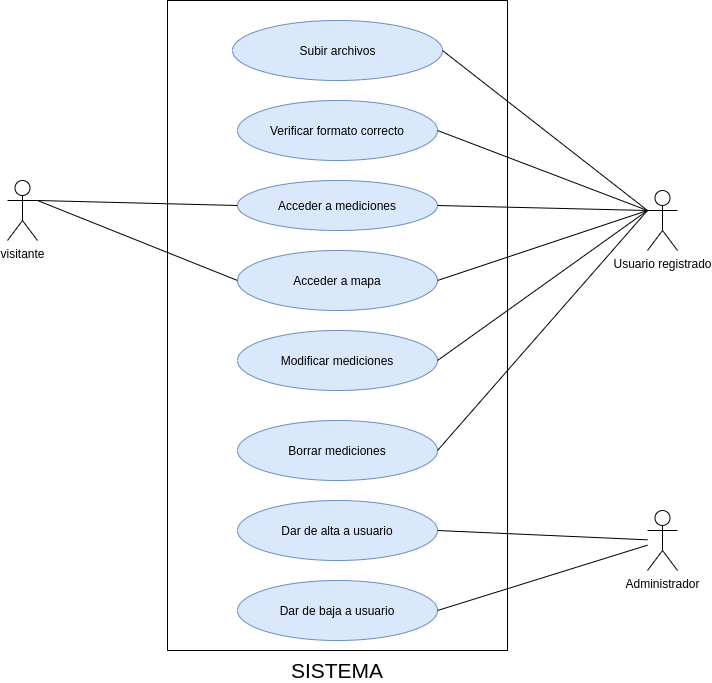
Earlier version of the draw.io export documentacion/fotos/Diagrama casos de uso.png (pcerezo/tfgApp). Source tidied: cells renumbered, new cells last; positions are measured from the earlier drawing's top-left corner, leaving out a move shared by most shapes.
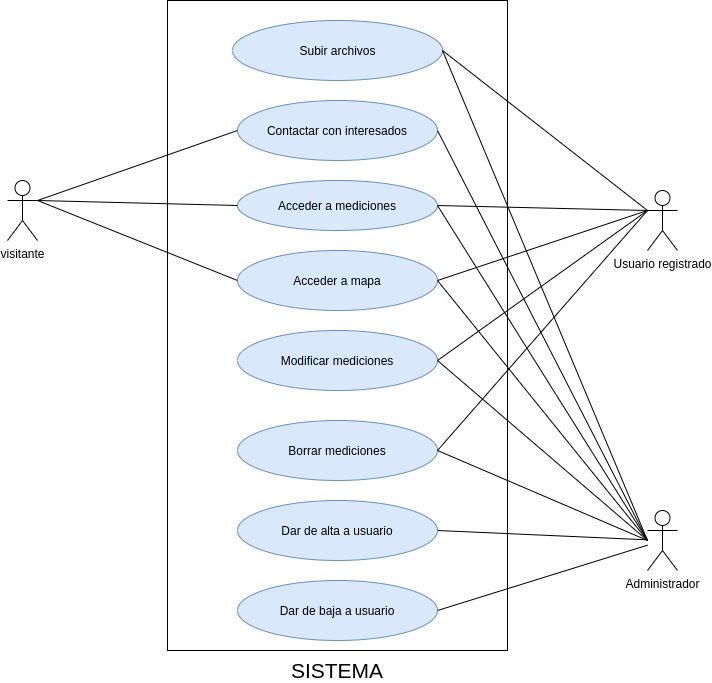
Above is the later version.

Diff of the diagram source:
```diff
@@ -20,7 +20,7 @@
     <mxCell id="7" value="Usuario registrado" style="shape=umlActor;verticalLabelPosition=bottom;verticalAlign=top;html=1;outlineConnect=0;" parent="1" vertex="1">
       <mxGeometry x="640" y="190" width="30" height="60" as="geometry" />
     </mxCell>
-    <mxCell id="8" value="Verificar formato correcto" style="ellipse;whiteSpace=wrap;html=1;fillColor=#dae8fc;strokeColor=#6c8ebf;" parent="1" vertex="1">
+    <mxCell id="8" value="Contactar con interesados" style="ellipse;whiteSpace=wrap;html=1;fillColor=#dae8fc;strokeColor=#6c8ebf;" parent="1" vertex="1">
       <mxGeometry x="230" y="100" width="200" height="60" as="geometry" />
     </mxCell>
     <mxCell id="9" value="Acceder a mediciones" style="ellipse;whiteSpace=wrap;html=1;fillColor=#dae8fc;strokeColor=#6c8ebf;" parent="1" vertex="1">
@@ -35,8 +35,10 @@
     <mxCell id="12" style="endArrow=none;html=1;entryX=0;entryY=0.5;entryDx=0;entryDy=0;exitX=1;exitY=0.3333333333333333;exitDx=0;exitDy=0;exitPerimeter=0;" parent="1" edge="1" source="3" target="9">
       <mxGeometry relative="1" as="geometry" />
     </mxCell>
-    <mxCell id="13" style="endArrow=none;html=1;exitX=1;exitY=0.5;exitDx=0;exitDy=0;entryX=0;entryY=0.3333333333333333;entryDx=0;entryDy=0;entryPerimeter=0;" parent="1" edge="1" source="8" target="7">
-      <mxGeometry relative="1" as="geometry" />
+    <mxCell id="13" style="endArrow=none;html=1;exitX=1;exitY=0.5;exitDx=0;exitDy=0;" parent="1" edge="1" source="8">
+      <mxGeometry relative="1" as="geometry">
+        <mxPoint x="640" y="540" as="targetPoint" />
+      </mxGeometry>
     </mxCell>
     <mxCell id="14" style="endArrow=none;html=1;exitX=1;exitY=0.5;exitDx=0;exitDy=0;entryX=0;entryY=0.3333333333333333;entryDx=0;entryDy=0;entryPerimeter=0;" parent="1" edge="1" source="9" target="7">
       <mxGeometry relative="1" as="geometry" />
@@ -74,5 +76,35 @@
     <mxCell id="25" style="endArrow=none;html=1;exitX=1;exitY=0.5;exitDx=0;exitDy=0;" parent="1" edge="1" source="24" target="22">
       <mxGeometry relative="1" as="geometry" />
     </mxCell>
+    <mxCell id="26" style="endArrow=none;html=1;entryX=1;entryY=0.5;entryDx=0;entryDy=0;" parent="1" edge="1" target="4">
+      <mxGeometry relative="1" as="geometry">
+        <mxPoint x="640" y="540" as="sourcePoint" />
+      </mxGeometry>
+    </mxCell>
+    <mxCell id="27" style="endArrow=none;html=1;entryX=1;entryY=0.5;entryDx=0;entryDy=0;" parent="1" edge="1" target="9">
+      <mxGeometry relative="1" as="geometry">
+        <mxPoint x="640" y="540" as="sourcePoint" />
+      </mxGeometry>
+    </mxCell>
+    <mxCell id="28" style="endArrow=none;html=1;entryX=1;entryY=0.5;entryDx=0;entryDy=0;" parent="1" edge="1" target="17">
+      <mxGeometry relative="1" as="geometry">
+        <mxPoint x="640" y="540" as="sourcePoint" />
+      </mxGeometry>
+    </mxCell>
+    <mxCell id="29" style="endArrow=none;html=1;entryX=1;entryY=0.5;entryDx=0;entryDy=0;" parent="1" edge="1" target="10">
+      <mxGeometry relative="1" as="geometry">
+        <mxPoint x="640" y="540" as="sourcePoint" />
+      </mxGeometry>
+    </mxCell>
+    <mxCell id="30" style="endArrow=none;html=1;entryX=1;entryY=0.5;entryDx=0;entryDy=0;" parent="1" edge="1" target="11">
+      <mxGeometry relative="1" as="geometry">
+        <mxPoint x="640" y="540" as="sourcePoint" />
+      </mxGeometry>
+    </mxCell>
+    <mxCell id="31" style="endArrow=none;html=1;entryX=0;entryY=0.5;entryDx=0;entryDy=0;" parent="1" edge="1" target="8">
+      <mxGeometry relative="1" as="geometry">
+        <mxPoint x="30" y="200" as="sourcePoint" />
+      </mxGeometry>
+    </mxCell>
   </root>
 </mxGraphModel>
```
